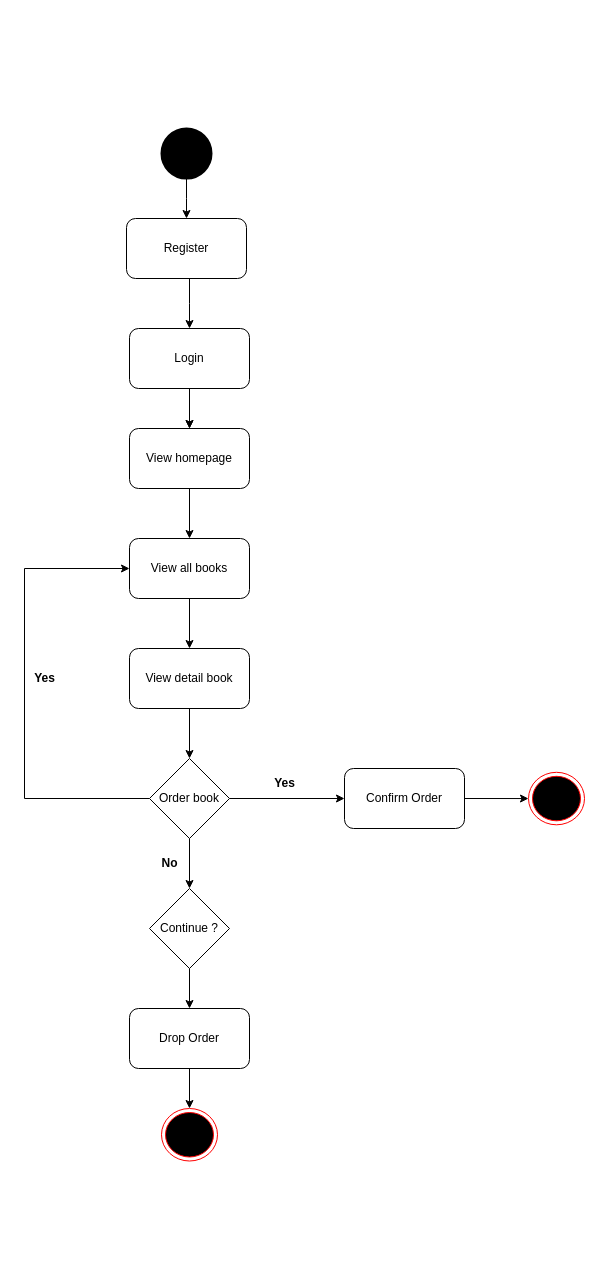
This is page "Customer" (4 of 6) of Diagram/Diagram.drawio from ducmtgch200681/1670-App-group, a draw.io file, before an edit. Source tidied: cells renumbered, new cells numbered last; positions are measured from the earlier drawing's top-left corner, leaving out a move shared by most shapes. Both pictures are drawn from the tidied source at 100%, with x=0, y=0 at pixel (24, 128).
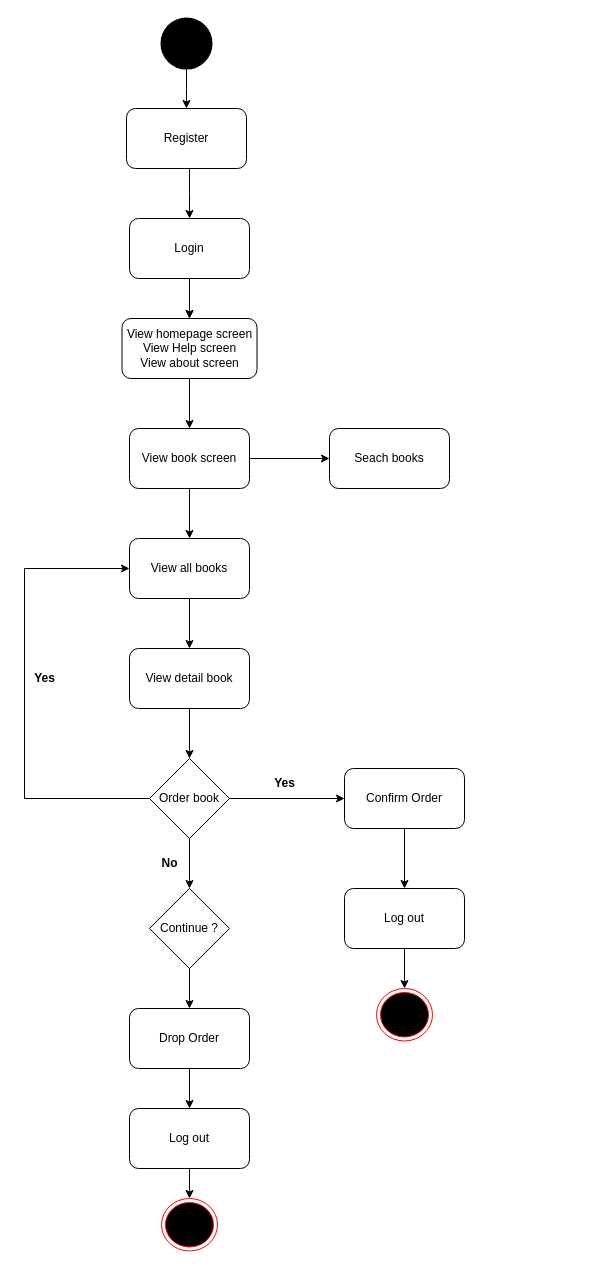
The same diagram, later.

Unchanged cells that the change refers to:
```xml
<mxCell id="5" value="View all books" style="rounded=1;whiteSpace=wrap;html=1;" parent="1" vertex="1">
  <mxGeometry x="105" y="410" width="120" height="60" as="geometry" />
</mxCell>
<mxCell id="17" value="Confirm Order" style="rounded=1;whiteSpace=wrap;html=1;" parent="1" vertex="1">
  <mxGeometry x="320" y="640" width="120" height="60" as="geometry" />
</mxCell>
<mxCell id="23" value="Drop Order" style="rounded=1;whiteSpace=wrap;html=1;" parent="1" vertex="1">
  <mxGeometry x="105" y="880" width="120" height="60" as="geometry" />
</mxCell>
```

The edit, as a diff of the source:
```diff
@@
     <mxCell id="2" style="endArrow=classic;html=1;rounded=0;elbow=vertical;exitX=0.5;exitY=1;exitDx=0;exitDy=0;" parent="1" edge="1">
       <mxGeometry relative="1" as="geometry">
-        <mxPoint x="165" y="260" as="sourcePoint" />
-        <mxPoint x="165" y="300" as="targetPoint" />
+        <mxPoint x="165" y="150" as="sourcePoint" />
+        <mxPoint x="165" y="190" as="targetPoint" />
       </mxGeometry>
     </mxCell>
-    <mxCell id="3" value="View homepage" style="rounded=1;whiteSpace=wrap;html=1;" parent="1" vertex="1">
-      <mxGeometry x="105" y="300" width="120" height="60" as="geometry" />
+    <mxCell id="3" value="View homepage screen&lt;br&gt;View Help screen&lt;br&gt;View about screen" style="rounded=1;whiteSpace=wrap;html=1;" parent="1" vertex="1">
+      <mxGeometry x="97.5" y="190" width="135" height="60" as="geometry" />
     </mxCell>
     <mxCell id="4" style="endArrow=classic;html=1;rounded=0;elbow=vertical;exitX=0.5;exitY=1;exitDx=0;exitDy=0;" parent="1" edge="1" source="3">
       <mxGeometry relative="1" as="geometry">
-        <mxPoint x="165" y="410" as="targetPoint" />
+        <mxPoint x="165" y="300" as="targetPoint" />
       </mxGeometry>
     </mxCell>
@@
+    <mxCell id="30" style="edgeStyle=orthogonalEdgeStyle;rounded=0;jettySize=auto;html=1;" parent="1" edge="1" source="17" target="37">
+      <mxGeometry relative="1" as="geometry" />
+    </mxCell>
@@
     <mxCell id="18" style="ellipse;html=1;shape=endState;fillColor=#000000;strokeColor=#ff0000;" parent="1" vertex="1">
-      <mxGeometry x="504" y="643.8" width="56" height="52.5" as="geometry" />
+      <mxGeometry x="352" y="860" width="56" height="52.5" as="geometry" />
     </mxCell>
-    <mxCell id="19" style="endArrow=classic;html=1;rounded=0;elbow=vertical;exitX=1;exitY=0.5;exitDx=0;exitDy=0;entryX=0;entryY=0.5;entryDx=0;entryDy=0;" parent="1" edge="1" source="17" target="18">
-      <mxGeometry relative="1" as="geometry" />
-    </mxCell>
@@
     <mxCell id="21" style="strokeWidth=2;html=1;shape=mxgraph.flowchart.start_2;whiteSpace=wrap;strokeColor=#000000;fillColor=#000000;" parent="1" vertex="1">
-      <mxGeometry x="137" width="50" height="50" as="geometry" />
+      <mxGeometry x="137" y="-110" width="50" height="50" as="geometry" />
     </mxCell>
     <mxCell id="22" style="ellipse;html=1;shape=endState;fillColor=#000000;strokeColor=#ff0000;" parent="1" vertex="1">
-      <mxGeometry x="137" y="980" width="56" height="52.5" as="geometry" />
+      <mxGeometry x="137" y="1070" width="56" height="52.5" as="geometry" />
     </mxCell>
+    <mxCell id="31" style="edgeStyle=orthogonalEdgeStyle;rounded=0;jettySize=auto;html=1;" parent="1" edge="1" source="23" target="39">
+      <mxGeometry relative="1" as="geometry" />
+    </mxCell>
@@
-    <mxCell id="24" style="endArrow=classic;html=1;rounded=0;elbow=vertical;exitX=0.5;exitY=1;exitDx=0;exitDy=0;" parent="1" edge="1" source="23">
-      <mxGeometry relative="1" as="geometry">
-        <mxPoint x="165" y="980" as="targetPoint" />
-      </mxGeometry>
-    </mxCell>
@@
     <mxCell id="26" value="Login" style="rounded=1;whiteSpace=wrap;html=1;" parent="1" vertex="1">
-      <mxGeometry x="105" y="200" width="120" height="60" as="geometry" />
+      <mxGeometry x="105" y="90" width="120" height="60" as="geometry" />
     </mxCell>
     <mxCell id="27" value="Register" style="rounded=1;whiteSpace=wrap;html=1;" parent="1" vertex="1">
-      <mxGeometry x="102" y="90" width="120" height="60" as="geometry" />
+      <mxGeometry x="102" y="-20" width="120" height="60" as="geometry" />
     </mxCell>
     <mxCell id="28" style="edgeStyle=elbowEdgeStyle;rounded=0;jettySize=auto;elbow=vertical;html=1;entryX=0.5;entryY=0;entryDx=0;entryDy=0;" parent="1" edge="1" target="26">
       <mxGeometry relative="1" as="geometry">
-        <mxPoint x="165" y="150" as="sourcePoint" />
+        <mxPoint x="165" y="40" as="sourcePoint" />
       </mxGeometry>
     </mxCell>
     <mxCell id="29" style="edgeStyle=elbowEdgeStyle;rounded=0;jettySize=auto;elbow=vertical;html=1;exitX=0.5;exitY=1;exitDx=0;exitDy=0;exitPerimeter=0;" parent="1" edge="1" source="21">
       <mxGeometry relative="1" as="geometry">
-        <mxPoint x="162" y="90" as="targetPoint" />
+        <mxPoint x="162" y="-20" as="targetPoint" />
       </mxGeometry>
     </mxCell>
+    <mxCell id="32" style="edgeStyle=orthogonalEdgeStyle;rounded=0;jettySize=auto;html=1;entryX=0.5;entryY=0;entryDx=0;entryDy=0;" parent="1" edge="1" source="34" target="5">
+      <mxGeometry relative="1" as="geometry" />
+    </mxCell>
+    <mxCell id="33" style="edgeStyle=orthogonalEdgeStyle;rounded=0;jettySize=auto;html=1;" parent="1" edge="1" source="34" target="35">
+      <mxGeometry relative="1" as="geometry" />
+    </mxCell>
+    <mxCell id="34" value="View book screen" style="rounded=1;whiteSpace=wrap;html=1;" parent="1" vertex="1">
+      <mxGeometry x="105" y="300" width="120" height="60" as="geometry" />
+    </mxCell>
+    <mxCell id="35" value="Seach books" style="whiteSpace=wrap;html=1;rounded=1;" parent="1" vertex="1">
+      <mxGeometry x="305" y="300" width="120" height="60" as="geometry" />
+    </mxCell>
+    <mxCell id="36" style="edgeStyle=orthogonalEdgeStyle;rounded=0;jettySize=auto;html=1;" parent="1" edge="1" source="37" target="18">
+      <mxGeometry relative="1" as="geometry" />
+    </mxCell>
+    <mxCell id="37" value="Log out" style="whiteSpace=wrap;html=1;rounded=1;" parent="1" vertex="1">
+      <mxGeometry x="320" y="760" width="120" height="60" as="geometry" />
+    </mxCell>
+    <mxCell id="38" style="edgeStyle=orthogonalEdgeStyle;rounded=0;jettySize=auto;html=1;" parent="1" edge="1" source="39" target="22">
+      <mxGeometry relative="1" as="geometry" />
+    </mxCell>
+    <mxCell id="39" value="Log out" style="whiteSpace=wrap;html=1;rounded=1;" parent="1" vertex="1">
+      <mxGeometry x="105" y="980" width="120" height="60" as="geometry" />
+    </mxCell>
```
